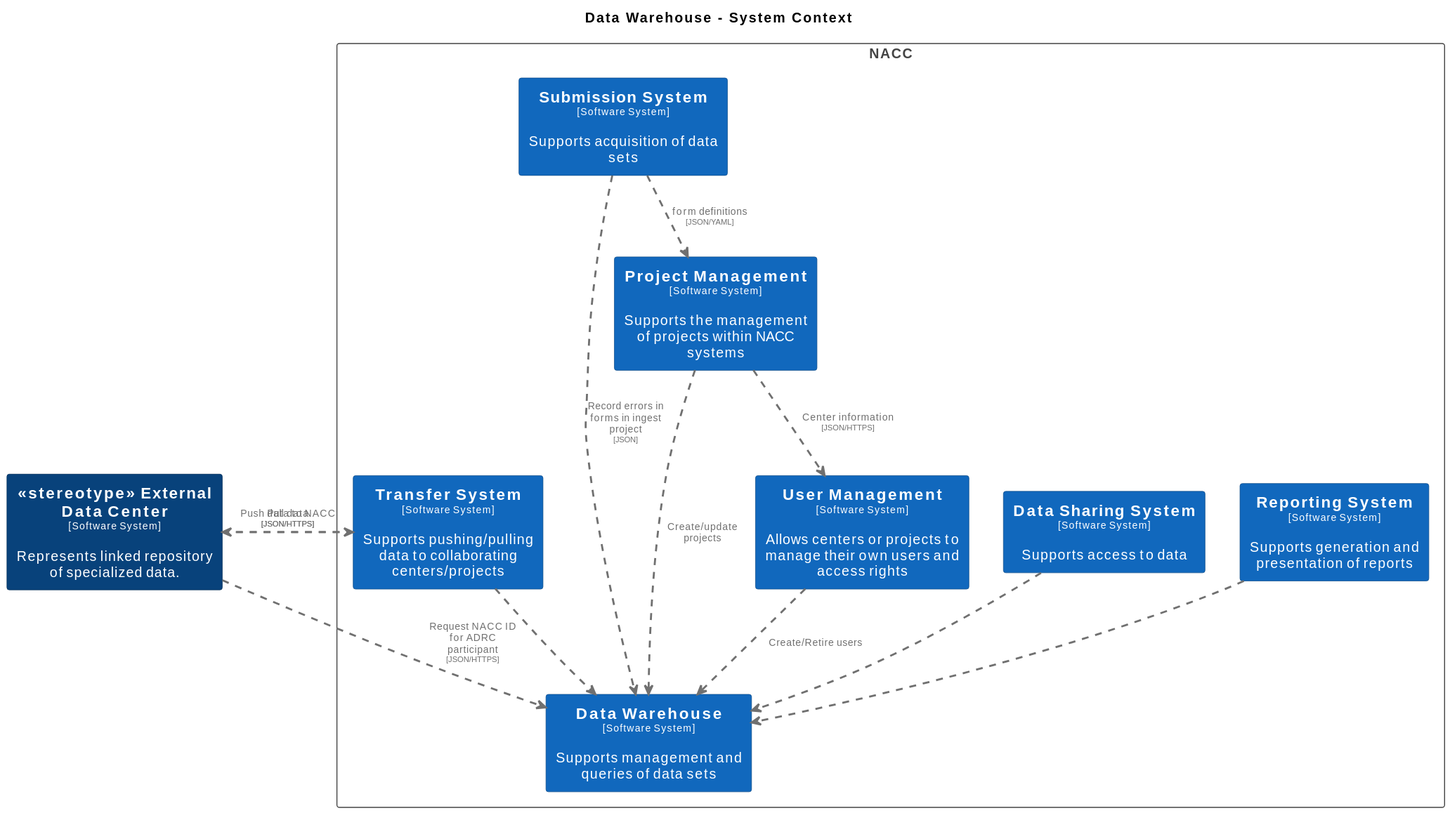
Above: docs/images/structurizr-WarehouseContext.svg in naccdata/system-design (PlantUML), before the change.
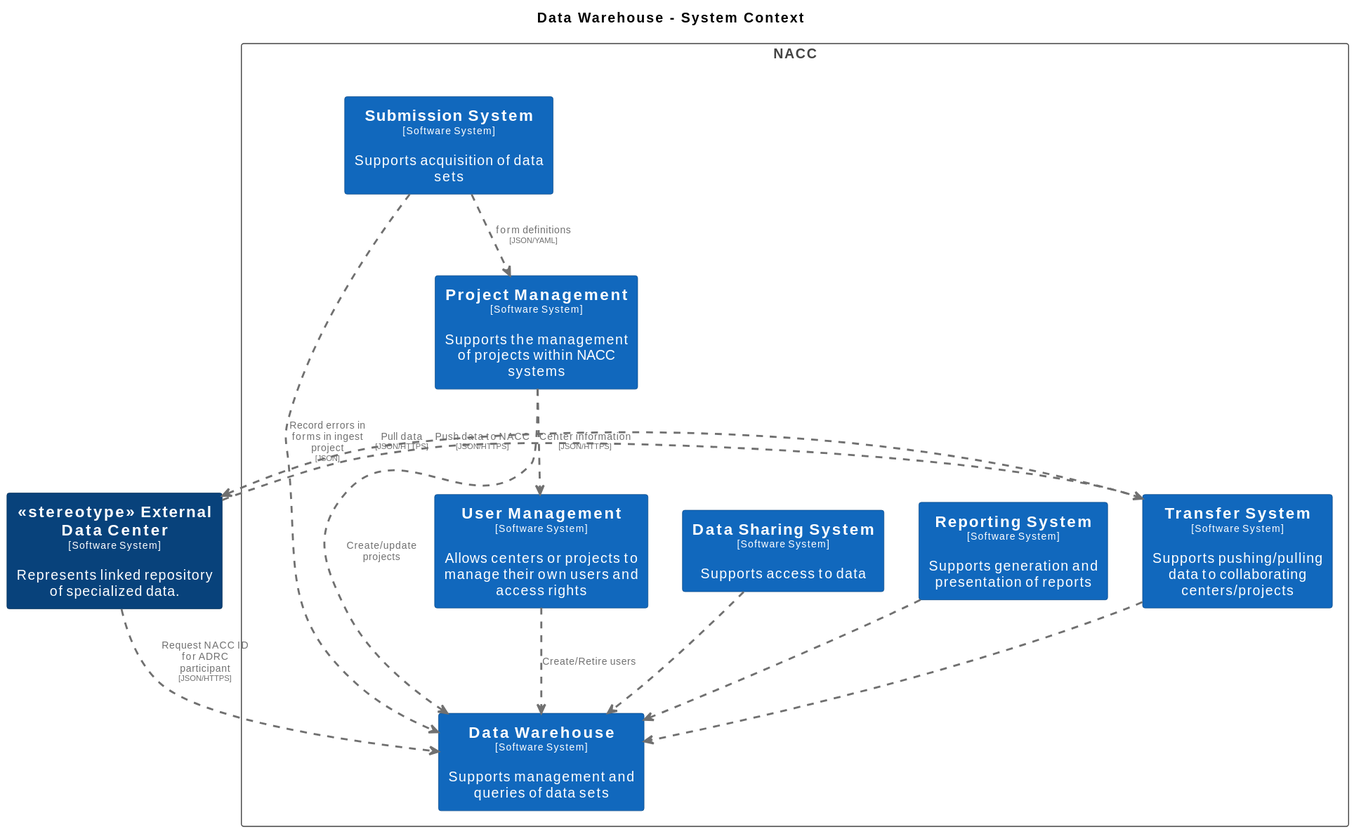
The same file after the commit.

Change to the diagram source:
```diff
@@ -59,13 +59,13 @@
   skinparam RectangleBorderColor<<enterprise>> #444444
   skinparam RectangleFontColor<<enterprise>> #444444
 
+  rectangle "==Transfer System\n<size:10>[Software System]</size>\n\nSupports pushing/pulling data to collaborating centers/projects" <<TransferSystem>> as TransferSystem
   rectangle "==Reporting System\n<size:10>[Software System]</size>\n\nSupports generation and presentation of reports" <<ReportingSystem>> as ReportingSystem
   rectangle "==Data Sharing System\n<size:10>[Software System]</size>\n\nSupports access to data" <<DataSharingSystem>> as DataSharingSystem
   rectangle "==Data Warehouse\n<size:10>[Software System]</size>\n\nSupports management and queries of data sets" <<DataWarehouse>> as DataWarehouse
   rectangle "==User Management\n<size:10>[Software System]</size>\n\nAllows centers or projects to manage their own users and access rights" <<UserManagement>> as UserManagement
   rectangle "==Project Management\n<size:10>[Software System]</size>\n\nSupports the management of projects within NACC systems" <<ProjectManagement>> as ProjectManagement
   rectangle "==Submission System\n<size:10>[Software System]</size>\n\nSupports acquisition of data sets" <<SubmissionSystem>> as SubmissionSystem
-  rectangle "==Transfer System\n<size:10>[Software System]</size>\n\nSupports pushing/pulling data to collaborating centers/projects" <<TransferSystem>> as TransferSystem
 }
 
 rectangle "==<<stereotype>> External Data Center\n<size:10>[Software System]</size>\n\nRepresents linked repository of specialized data." <<stereotypeExternalDataCenter>> as stereotypeExternalDataCenter
```
